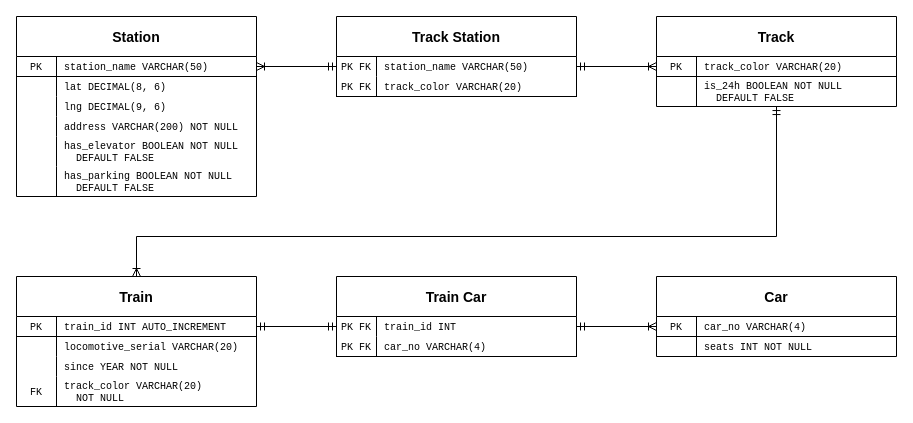
Above: assignments/hw5/diagram.drawio in hanggrian/IIT-ITM515 (draw.io), before the change. Source tidied: cells renumbered, new cells numbered last; positions are measured from the earlier drawing's top-left corner, leaving out a move shared by most shapes. Both pictures are drawn from the tidied source at 100%, with x=0, y=0 at pixel (16, 16).
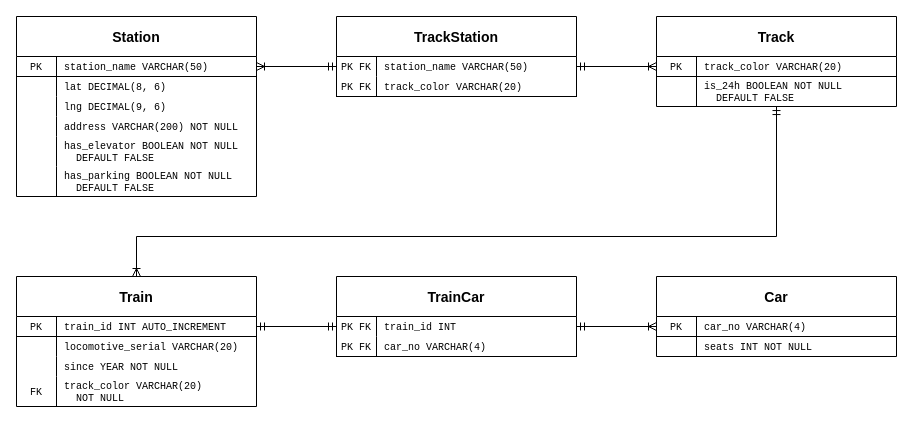
After the change.

The edit, as a diff of the source:
```diff
@@
-    <mxCell id="28" value="Track Station" style="shape=table;startSize=40;childLayout=tableLayout;rowLines=0;fontStyle=1;align=center;fontSize=14;swimlaneFillColor=none;fontFamily=Helvetica;" parent="1" vertex="1">
+    <mxCell id="28" value="TrackStation" style="shape=table;startSize=40;childLayout=tableLayout;rowLines=0;fontStyle=1;align=center;fontSize=14;swimlaneFillColor=none;fontFamily=Helvetica;" parent="1" vertex="1">
       <mxGeometry x="320" width="240" height="80" as="geometry" />
     </mxCell>
@@
-    <mxCell id="44" value="Train Car" style="shape=table;startSize=40;childLayout=tableLayout;rowLines=0;fontStyle=1;align=center;fontSize=14;swimlaneFillColor=none;fontFamily=Helvetica;" parent="1" vertex="1">
+    <mxCell id="44" value="TrainCar" style="shape=table;startSize=40;childLayout=tableLayout;rowLines=0;fontStyle=1;align=center;fontSize=14;swimlaneFillColor=none;fontFamily=Helvetica;" parent="1" vertex="1">
       <mxGeometry x="320" y="260" width="240" height="80" as="geometry" />
     </mxCell>
```
